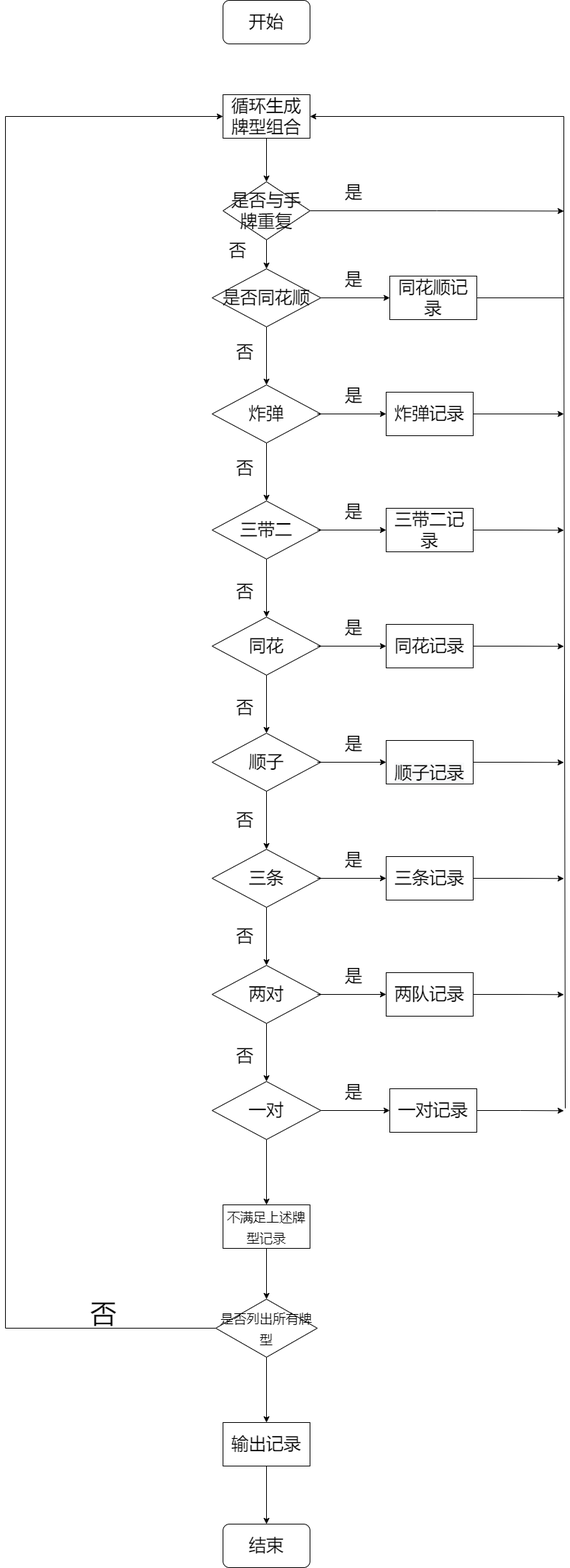
Above: Untitled Diagram.drawio.png in whitesweater/first_ (draw.io), before the change. Source tidied: cells renumbered, new cells last; positions are measured from the earlier drawing's top-left corner, leaving out a move shared by most shapes.
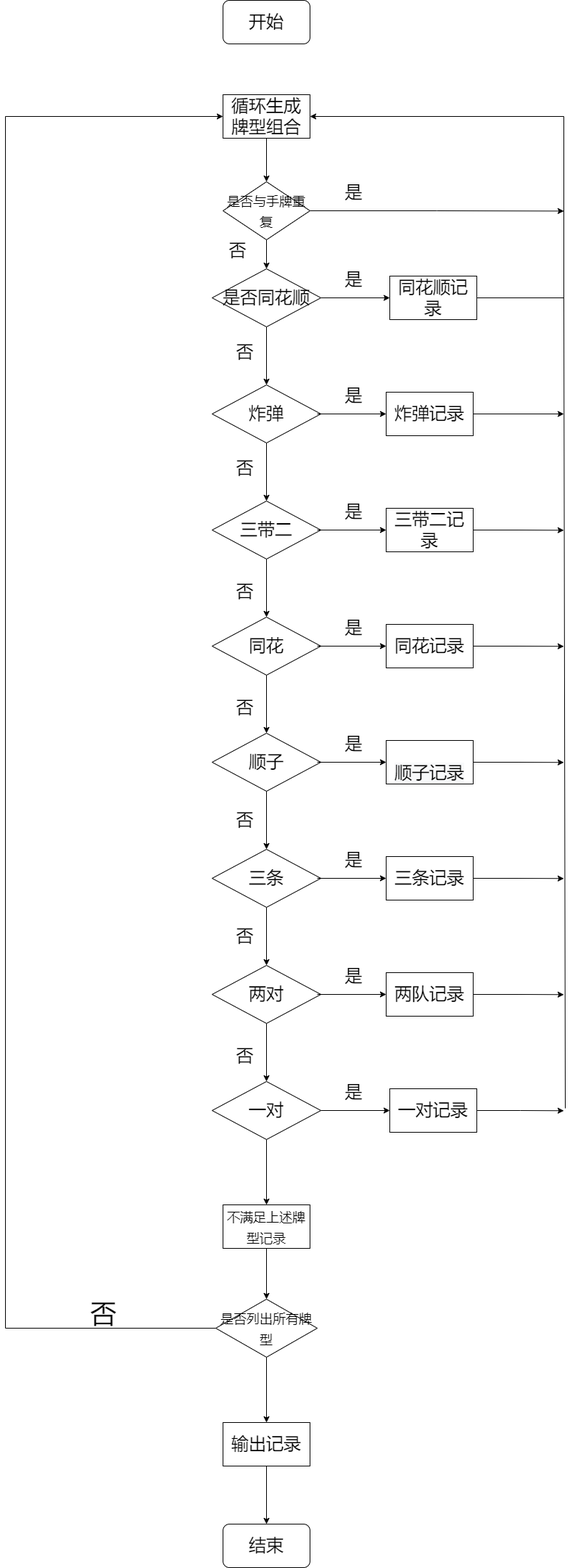
The same file after the commit.

Change to the diagram source:
```diff
@@ -253,7 +253,7 @@
         <mxPoint x="770" y="290.4" as="targetPoint" />
       </mxGeometry>
     </mxCell>
-    <mxCell id="72" value="是否与手牌重复" style="rhombus;whiteSpace=wrap;html=1;fontSize=24;rounded=0;" parent="1" vertex="1">
+    <mxCell id="72" value="&lt;font style=&quot;font-size: 18px&quot;&gt;是否与手牌重复&lt;/font&gt;" style="rhombus;whiteSpace=wrap;html=1;fontSize=24;rounded=0;" parent="1" vertex="1">
       <mxGeometry x="300" y="250" width="120" height="80" as="geometry" />
     </mxCell>
     <mxCell id="73" value="否" style="text;html=1;align=center;verticalAlign=middle;strokeColor=none;fillColor=none;fontSize=24;" parent="1" vertex="1">
```
